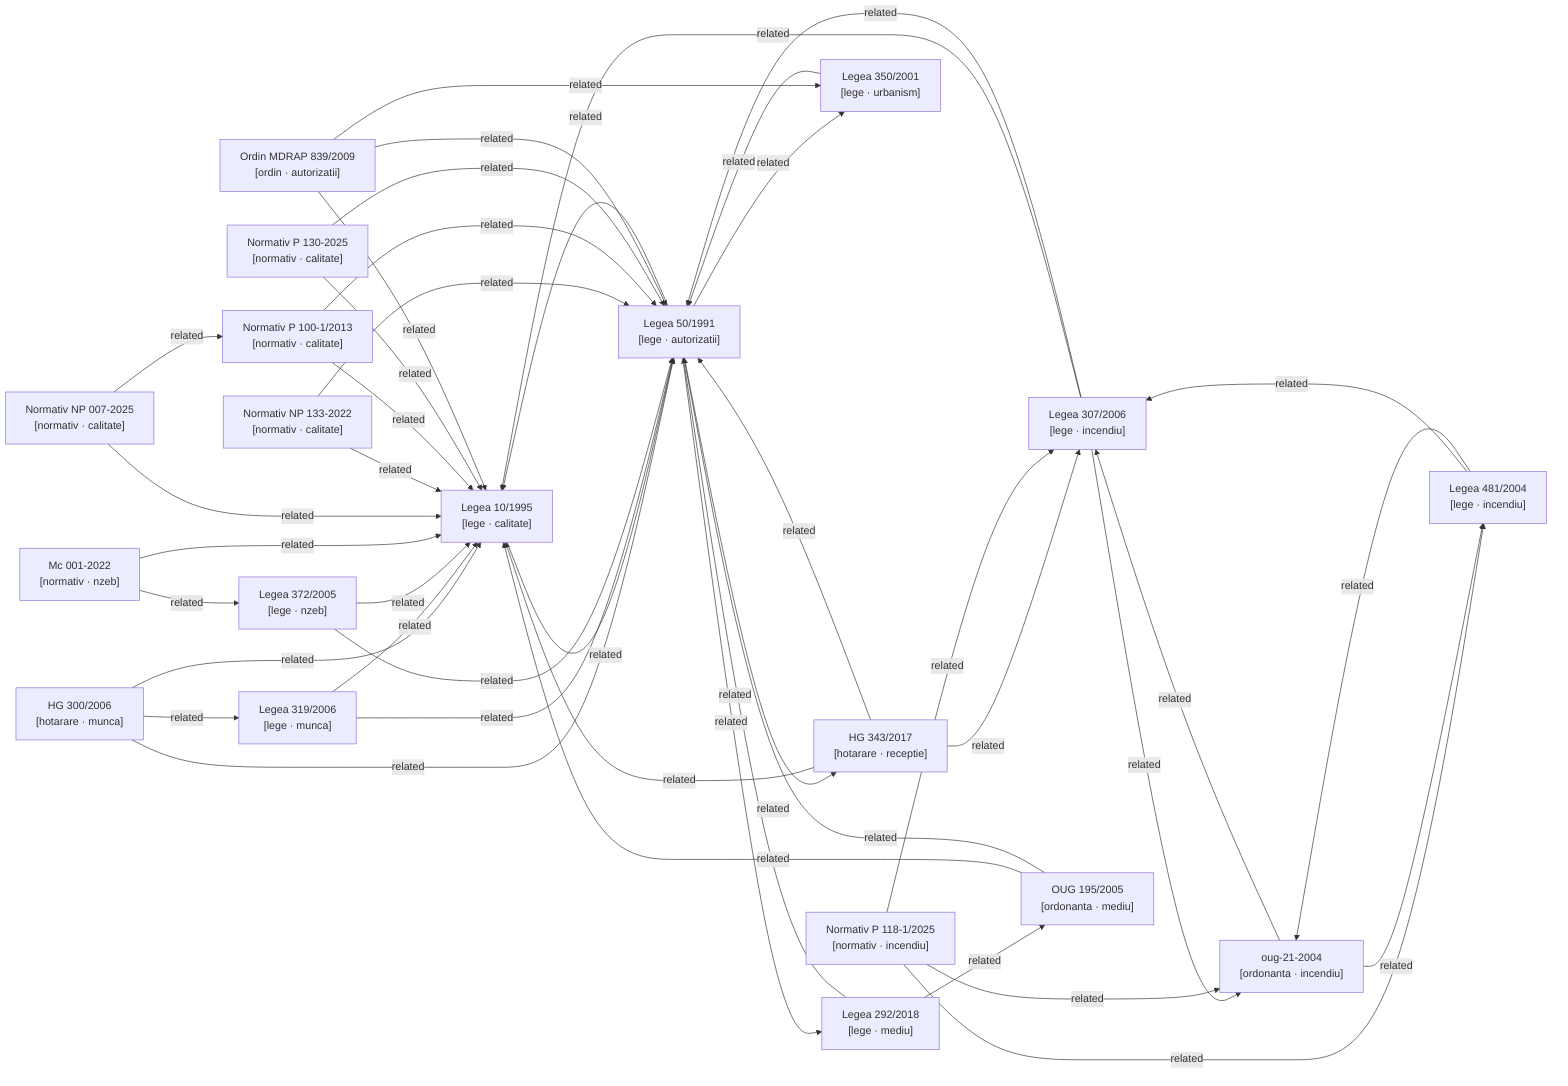
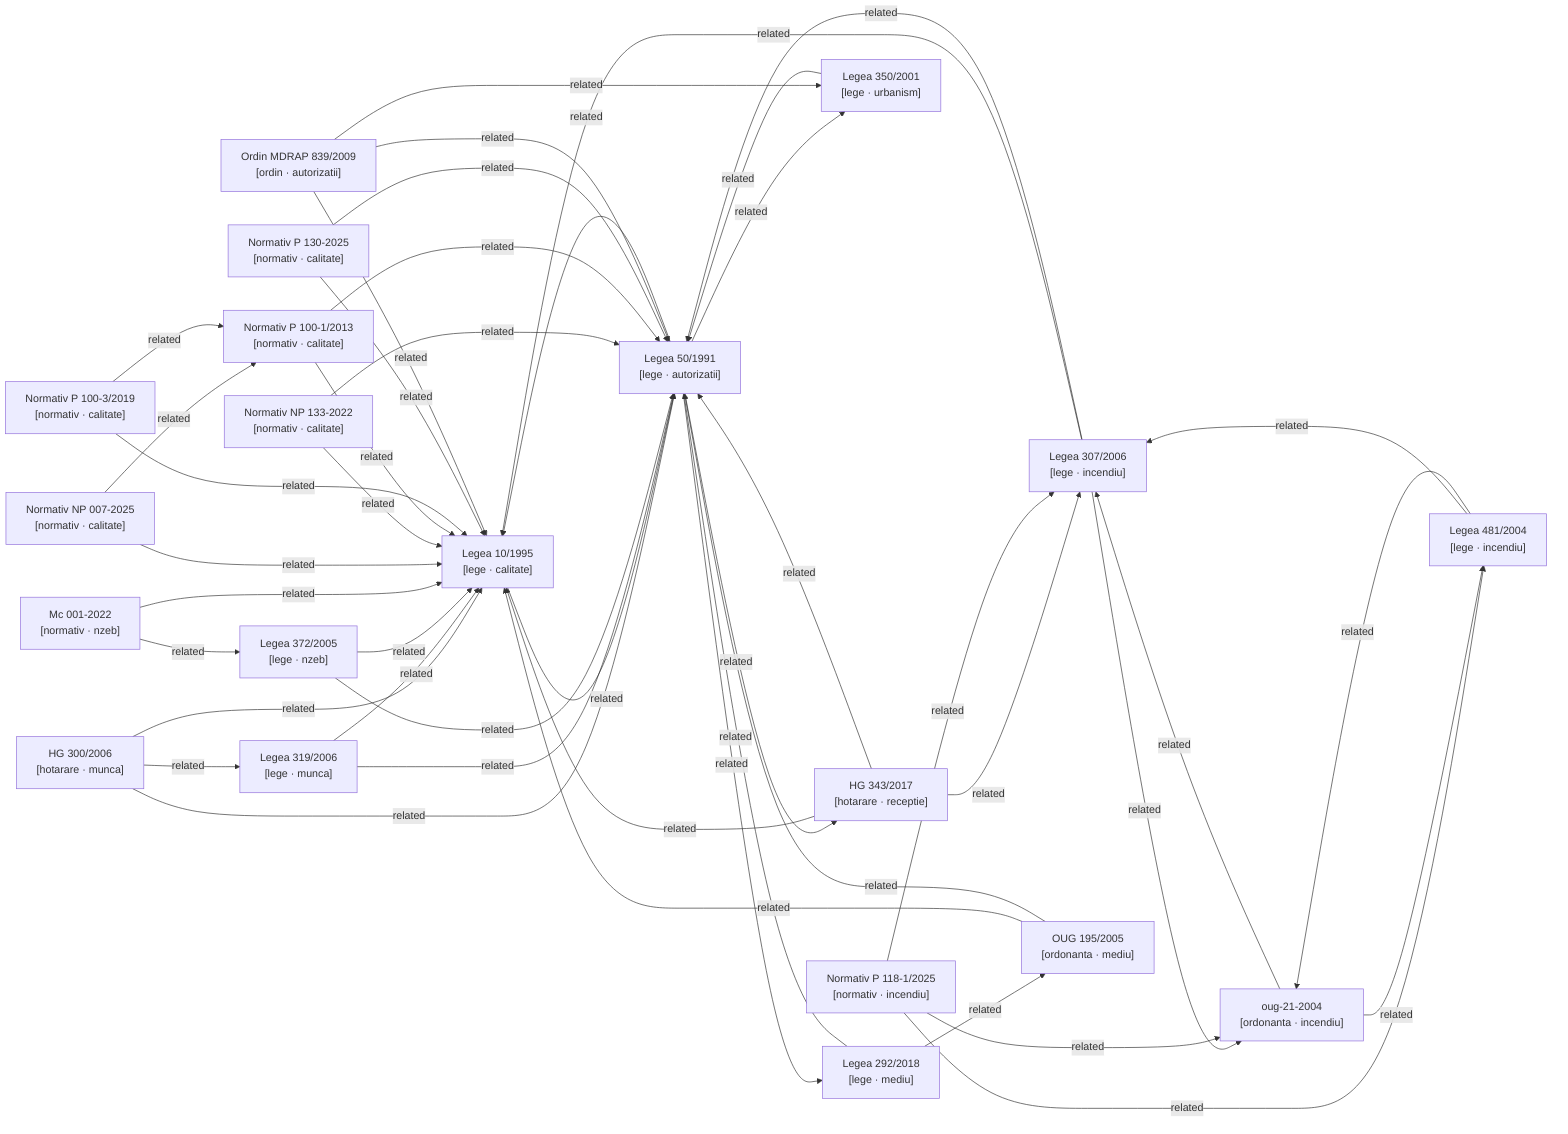
graph LR

  %% Nodes
  hg-300-2006["HG 300/2006\n[hotarare · munca]"]
  hg-343-2017["HG 343/2017\n[hotarare · receptie]"]
  lege-10-1995["Legea 10/1995\n[lege · calitate]"]
  lege-292-2018["Legea 292/2018\n[lege · mediu]"]
  lege-307-2006["Legea 307/2006\n[lege · incendiu]"]
  lege-319-2006["Legea 319/2006\n[lege · munca]"]
  lege-350-2001["Legea 350/2001\n[lege · urbanism]"]
  lege-372-2005["Legea 372/2005\n[lege · nzeb]"]
  lege-481-2004["Legea 481/2004\n[lege · incendiu]"]
  lege-50-1991["Legea 50/1991\n[lege · autorizatii]"]
  metodologie-mc001-2022["Mc 001-2022\n[normativ · nzeb]"]
  normativ-np007-2025["Normativ NP 007-2025\n[normativ · calitate]"]
  normativ-np133-2022["Normativ NP 133-2022\n[normativ · calitate]"]
  normativ-p100-1-2013["Normativ P 100-1/2013\n[normativ · calitate]"]
+   normativ-p100-3-2019["Normativ P 100-3/2019\n[normativ · calitate]"]
  normativ-p118-1-2025["Normativ P 118-1/2025\n[normativ · incendiu]"]
  normativ-p130-2025["Normativ P 130-2025\n[normativ · calitate]"]
  ordin-839-2009["Ordin MDRAP 839/2009\n[ordin · autorizatii]"]
  oug-195-2005["OUG 195/2005\n[ordonanta · mediu]"]
  oug-21-2004["oug-21-2004\n[ordonanta · incendiu]"]

  %% Confirmed relationships (from metadata related_acts)
  hg-300-2006 -->|related| lege-10-1995
  hg-300-2006 -->|related| lege-319-2006
  hg-300-2006 -->|related| lege-50-1991
  hg-343-2017 -->|related| lege-10-1995
  hg-343-2017 -->|related| lege-307-2006
  hg-343-2017 -->|related| lege-50-1991
  lege-10-1995 -->|related| lege-50-1991
  lege-292-2018 -->|related| lege-50-1991
  lege-292-2018 -->|related| oug-195-2005
  lege-307-2006 -->|related| lege-10-1995
  lege-307-2006 -->|related| lege-50-1991
  lege-307-2006 -->|related| oug-21-2004
  lege-319-2006 -->|related| lege-10-1995
  lege-319-2006 -->|related| lege-50-1991
  lege-350-2001 -->|related| lege-50-1991
  lege-372-2005 -->|related| lege-10-1995
  lege-372-2005 -->|related| lege-50-1991
  lege-481-2004 -->|related| lege-307-2006
  lege-481-2004 -->|related| oug-21-2004
  lege-50-1991 -->|related| hg-343-2017
  lege-50-1991 -->|related| lege-10-1995
  lege-50-1991 -->|related| lege-292-2018
  lege-50-1991 -->|related| lege-350-2001
  metodologie-mc001-2022 -->|related| lege-10-1995
  metodologie-mc001-2022 -->|related| lege-372-2005
  normativ-np007-2025 -->|related| lege-10-1995
  normativ-np007-2025 -->|related| normativ-p100-1-2013
  normativ-np133-2022 -->|related| lege-10-1995
  normativ-np133-2022 -->|related| lege-50-1991
  normativ-p100-1-2013 -->|related| lege-10-1995
  normativ-p100-1-2013 -->|related| lege-50-1991
+   normativ-p100-3-2019 -->|related| lege-10-1995
+   normativ-p100-3-2019 -->|related| normativ-p100-1-2013
  normativ-p118-1-2025 -->|related| lege-307-2006
  normativ-p118-1-2025 -->|related| lege-481-2004
  normativ-p118-1-2025 -->|related| oug-21-2004
  normativ-p130-2025 -->|related| lege-10-1995
  normativ-p130-2025 -->|related| lege-50-1991
  ordin-839-2009 -->|related| lege-10-1995
  ordin-839-2009 -->|related| lege-350-2001
  ordin-839-2009 -->|related| lege-50-1991
  oug-195-2005 -->|related| lege-10-1995
  oug-195-2005 -->|related| lege-50-1991
  oug-21-2004 -->|related| lege-307-2006
  oug-21-2004 -->|related| lege-481-2004

  %% Auto-detected relationships (needs_review)
